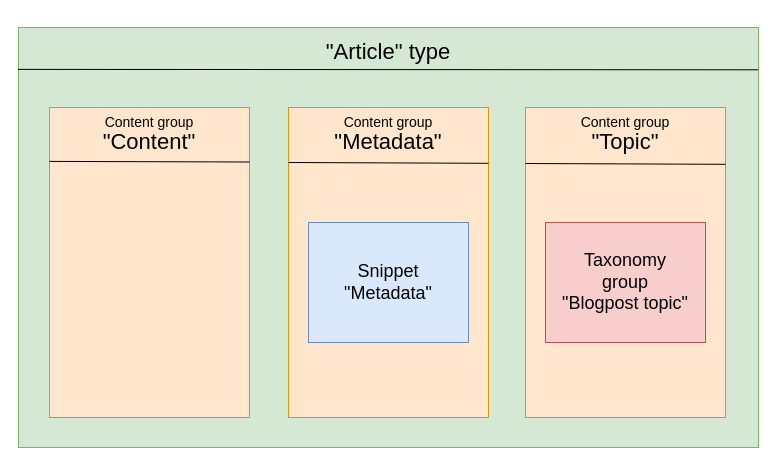
The draw.io diagram importing-content-model/ImportModelDiagram.drawio in Kontent-ai-Learn/kontent-ai-learn-diagrams, before the edit. Source tidied: cells renumbered, new cells numbered last; positions are measured from the earlier drawing's top-left corner, leaving out a move shared by most shapes. Both pictures are drawn from the tidied source at 100%, with x=0, y=0 at pixel (17, 17).
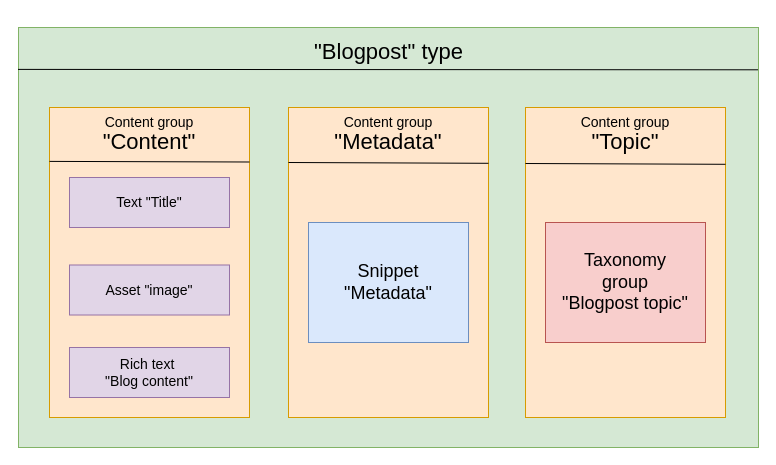
The same diagram, later.

What changed in the source:
```diff
@@
-    <mxCell id="4" value="&lt;font style=&quot;font-size: 22px&quot;&gt;&quot;Article&quot; type&lt;/font&gt;" style="text;html=1;strokeColor=none;fillColor=none;align=center;verticalAlign=middle;whiteSpace=wrap;rounded=0;" parent="1" vertex="1">
-      <mxGeometry x="296" width="150" height="70" as="geometry" />
+    <mxCell id="4" value="&lt;font style=&quot;font-size: 22px&quot;&gt;&quot;Blogpost&quot; type&lt;/font&gt;" style="text;html=1;strokeColor=none;fillColor=none;align=center;verticalAlign=middle;whiteSpace=wrap;rounded=0;" parent="1" vertex="1">
+      <mxGeometry x="293.5" width="155" height="70" as="geometry" />
     </mxCell>
@@
+    <mxCell id="21" style="rounded=0;whiteSpace=wrap;html=1;strokeColor=#9673a6;fillColor=#e1d5e7;" parent="1" vertex="1">
+      <mxGeometry x="52" y="330" width="160" height="50" as="geometry" />
+    </mxCell>
+    <mxCell id="22" style="rounded=0;whiteSpace=wrap;html=1;strokeColor=#9673a6;fillColor=#e1d5e7;" parent="1" vertex="1">
+      <mxGeometry x="52" y="247.5" width="160" height="50" as="geometry" />
+    </mxCell>
+    <mxCell id="23" style="rounded=0;whiteSpace=wrap;html=1;strokeColor=#9673a6;fillColor=#e1d5e7;" parent="1" vertex="1">
+      <mxGeometry x="52" y="160" width="160" height="50" as="geometry" />
+    </mxCell>
+    <mxCell id="24" value="&lt;font style=&quot;font-size: 14px&quot;&gt;Text &quot;Title&quot;&lt;/font&gt;" style="text;html=1;strokeColor=none;fillColor=none;align=center;verticalAlign=middle;whiteSpace=wrap;rounded=0;" parent="1" vertex="1">
+      <mxGeometry x="77" y="167.5" width="110" height="35" as="geometry" />
+    </mxCell>
+    <mxCell id="25" value="&lt;font style=&quot;font-size: 14px&quot;&gt;Rich text&amp;nbsp;&lt;br&gt;&quot;Blog content&quot;&lt;/font&gt;" style="text;html=1;strokeColor=none;fillColor=none;align=center;verticalAlign=middle;whiteSpace=wrap;rounded=0;" parent="1" vertex="1">
+      <mxGeometry x="77" y="337.5" width="110" height="35" as="geometry" />
+    </mxCell>
+    <mxCell id="26" value="&lt;font style=&quot;font-size: 14px&quot;&gt;Asset &quot;image&quot;&lt;/font&gt;" style="text;html=1;strokeColor=none;fillColor=none;align=center;verticalAlign=middle;whiteSpace=wrap;rounded=0;" parent="1" vertex="1">
+      <mxGeometry x="77" y="255" width="110" height="35" as="geometry" />
+    </mxCell>
```
